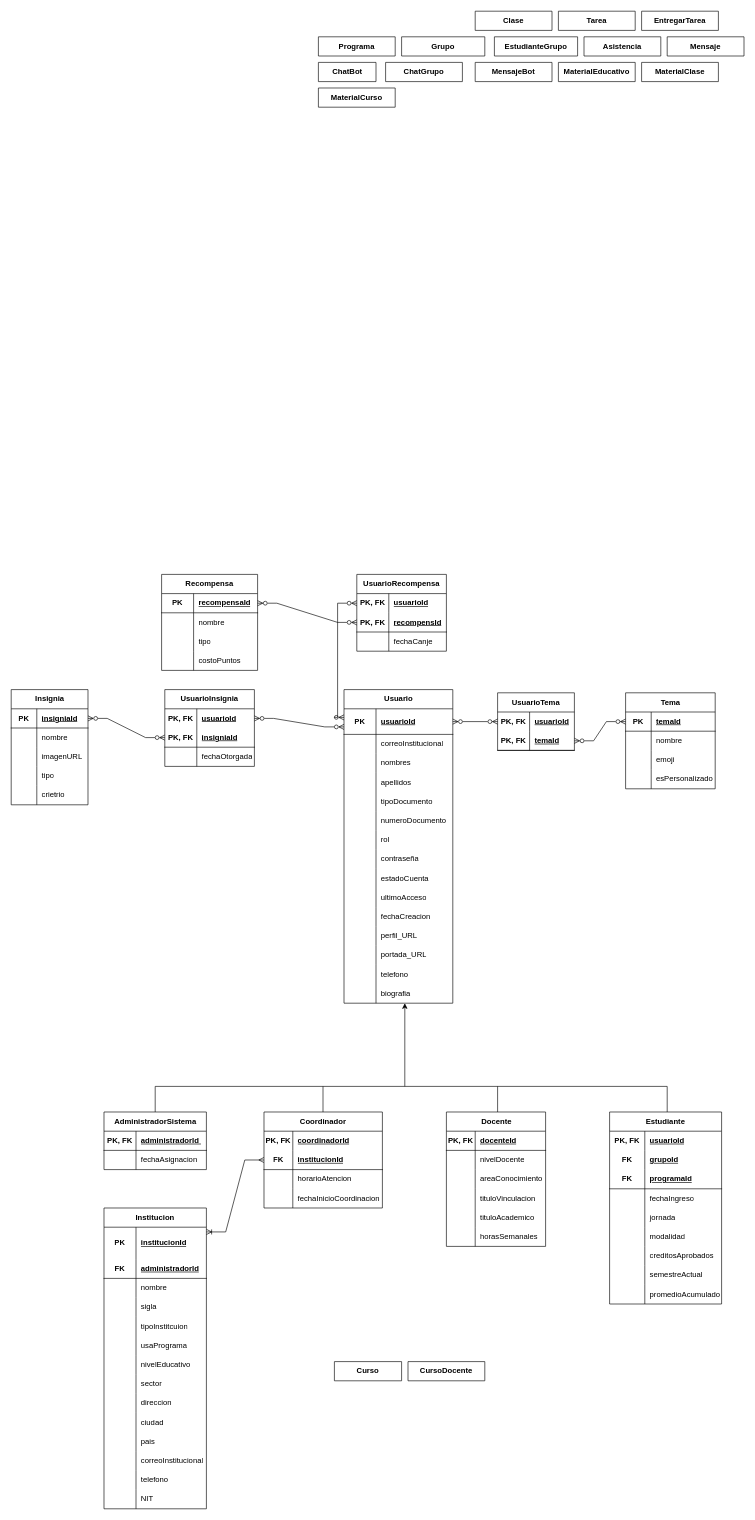
This is DiagramaRelacional.drawio from HarrisonGuerrero18/diagramas_Acadify, a draw.io file, before an edit. Source tidied: cells renumbered, new cells numbered last; positions are measured from the earlier drawing's top-left corner, leaving out a move shared by most shapes. Both pictures are drawn from the tidied source at 64%, with x=0, y=0 at pixel (11, 11).
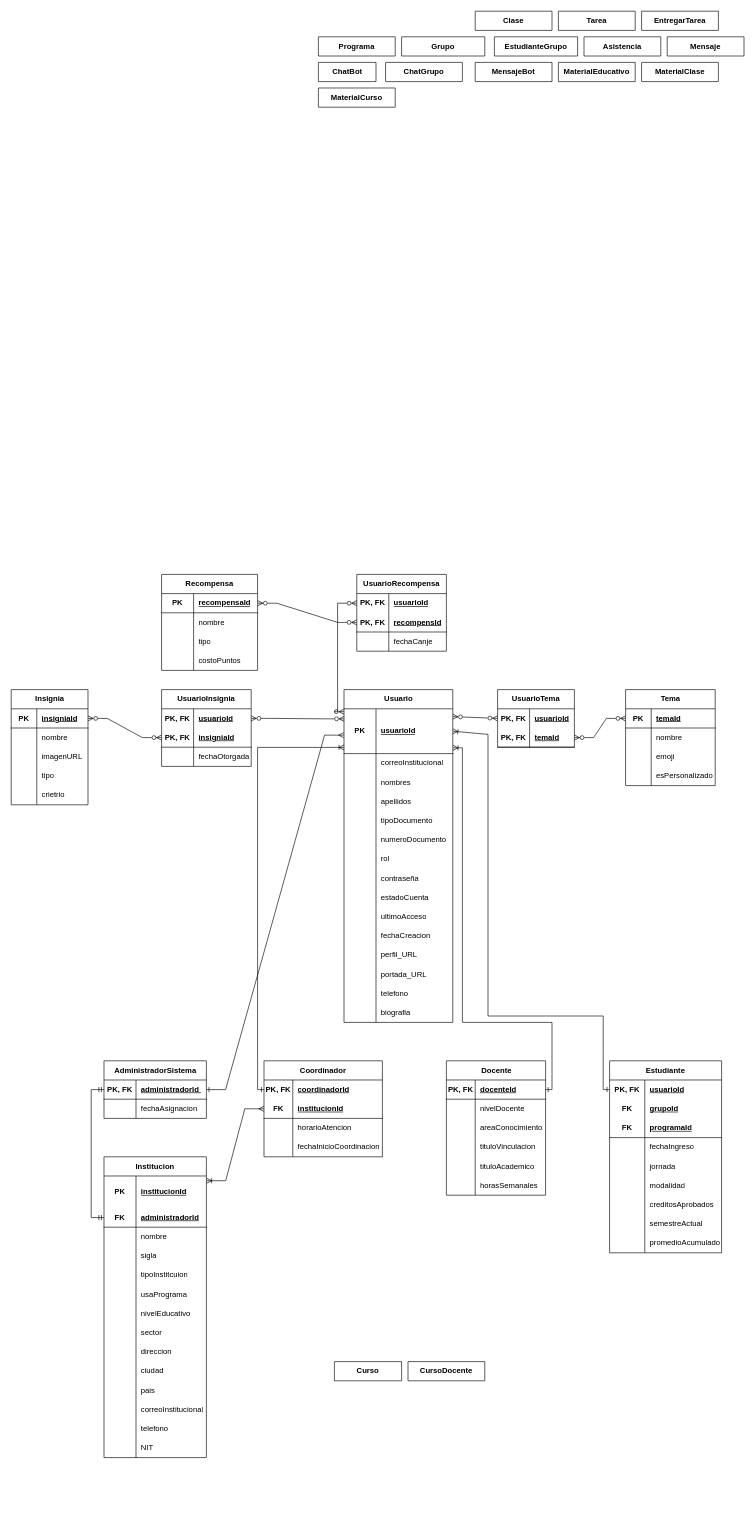
Above is the later version.

The change refers to these unchanged cells:
```xml
<mxCell id="49" style="shape=tableRow;horizontal=0;startSize=0;swimlaneHead=0;swimlaneBody=0;fillColor=none;points=[[0,0.5],[1,0.5]];portConstraint=eastwest;top=0;left=0;right=0;bottom=1;" parent="48" vertex="1">
  <mxGeometry y="30" width="155" height="30" as="geometry" />
</mxCell>
<mxCell id="68" style="shape=tableRow;horizontal=0;startSize=0;swimlaneHead=0;swimlaneBody=0;fillColor=none;points=[[0,0.5],[1,0.5]];portConstraint=eastwest;top=0;left=0;right=0;bottom=1;" parent="67" vertex="1">
  <mxGeometry y="30" width="160" height="30" as="geometry" />
</mxCell>
<mxCell id="75" style="shape=tableRow;horizontal=0;startSize=0;swimlaneHead=0;swimlaneBody=0;fillColor=none;points=[[0,0.5],[1,0.5]];portConstraint=eastwest;top=0;left=0;right=0;bottom=0;html=1;" parent="74" vertex="1">
  <mxGeometry y="30" width="185" height="30" as="geometry" />
</mxCell>
<mxCell id="88" style="shape=tableRow;horizontal=0;startSize=0;swimlaneHead=0;swimlaneBody=0;fillColor=none;points=[[0,0.5],[1,0.5]];portConstraint=eastwest;top=0;left=0;right=0;bottom=0;html=1;" parent="87" vertex="1">
  <mxGeometry y="30" width="175" height="30" as="geometry" />
</mxCell>
<mxCell id="119" style="shape=tableRow;horizontal=0;startSize=0;swimlaneHead=0;swimlaneBody=0;fillColor=none;points=[[0,0.5],[1,0.5]];portConstraint=eastwest;top=0;left=0;right=0;bottom=1;html=1;" parent="115" vertex="1">
  <mxGeometry y="80" width="160" height="30" as="geometry" />
</mxCell>
<mxCell id="159" style="shape=tableRow;horizontal=0;startSize=0;swimlaneHead=0;swimlaneBody=0;fillColor=none;points=[[0,0.5],[1,0.5]];portConstraint=eastwest;top=0;left=0;right=0;bottom=0;html=1;" parent="158" vertex="1">
  <mxGeometry y="30" width="140" height="30" as="geometry" />
</mxCell>
<mxCell id="218" style="shape=tableRow;horizontal=0;startSize=0;swimlaneHead=0;swimlaneBody=0;fillColor=none;points=[[0,0.5],[1,0.5]];portConstraint=eastwest;top=0;left=0;right=0;bottom=0;html=1;" parent="217" vertex="1">
  <mxGeometry y="30" width="140" height="30" as="geometry" />
</mxCell>
```

What changed in the source:
```diff
@@
     <mxCell id="2" value="Usuario" style="shape=table;startSize=30;childLayout=tableLayout;rowLines=0;fontStyle=1;align=center;html=1;" parent="1" vertex="1">
-      <mxGeometry x="520" y="1060" width="170" height="490" as="geometry" />
+      <mxGeometry x="520" y="1060" width="170" height="520" as="geometry" />
     </mxCell>
     <mxCell id="3" style="shape=tableRow;horizontal=0;startSize=0;swimlaneHead=0;swimlaneBody=0;fillColor=none;points=[[0,0.5],[1,0.5]];portConstraint=eastwest;top=0;left=0;right=0;bottom=1;" parent="2" vertex="1">
-      <mxGeometry y="30" width="170" height="40" as="geometry" />
+      <mxGeometry y="30" width="170" height="70" as="geometry" />
     </mxCell>
     <mxCell id="4" value="PK" style="shape=partialRectangle;fillColor=none;top=0;left=0;bottom=0;right=0;fontStyle=1;overflow=hidden;whiteSpace=wrap;html=1;" parent="3" vertex="1">
-      <mxGeometry width="50" height="40" as="geometry" />
+      <mxGeometry width="50" height="70" as="geometry" />
     </mxCell>
     <mxCell id="5" value="usuarioId" style="shape=partialRectangle;fillColor=none;top=0;left=0;bottom=0;right=0;align=left;spacingLeft=6;fontStyle=5;overflow=hidden;whiteSpace=wrap;html=1;" parent="3" vertex="1">
-      <mxGeometry x="50" width="120" height="40" as="geometry" />
+      <mxGeometry x="50" width="120" height="70" as="geometry" />
     </mxCell>
     <mxCell id="6" style="shape=tableRow;horizontal=0;startSize=0;swimlaneHead=0;swimlaneBody=0;fillColor=none;top=0;left=0;right=0;bottom=0;" parent="2" vertex="1">
-      <mxGeometry y="70" width="170" height="30" as="geometry" />
+      <mxGeometry y="100" width="170" height="30" as="geometry" />
     </mxCell>
@@
     <mxCell id="9" style="shape=tableRow;horizontal=0;startSize=0;swimlaneHead=0;swimlaneBody=0;fillColor=none;top=0;left=0;right=0;bottom=0;" parent="2" vertex="1">
-      <mxGeometry y="100" width="170" height="30" as="geometry" />
+      <mxGeometry y="130" width="170" height="30" as="geometry" />
     </mxCell>
@@
     <mxCell id="12" style="shape=tableRow;horizontal=0;startSize=0;swimlaneHead=0;swimlaneBody=0;fillColor=none;top=0;left=0;right=0;bottom=0;" parent="2" vertex="1">
-      <mxGeometry y="130" width="170" height="30" as="geometry" />
+      <mxGeometry y="160" width="170" height="30" as="geometry" />
     </mxCell>
@@
     <mxCell id="15" style="shape=tableRow;horizontal=0;startSize=0;swimlaneHead=0;swimlaneBody=0;fillColor=none;top=0;left=0;right=0;bottom=0;" parent="2" vertex="1">
-      <mxGeometry y="160" width="170" height="30" as="geometry" />
+      <mxGeometry y="190" width="170" height="30" as="geometry" />
     </mxCell>
@@
     <mxCell id="18" style="shape=tableRow;horizontal=0;startSize=0;swimlaneHead=0;swimlaneBody=0;fillColor=none;top=0;left=0;right=0;bottom=0;" parent="2" vertex="1">
-      <mxGeometry y="190" width="170" height="30" as="geometry" />
+      <mxGeometry y="220" width="170" height="30" as="geometry" />
     </mxCell>
@@
     <mxCell id="21" style="shape=tableRow;horizontal=0;startSize=0;swimlaneHead=0;swimlaneBody=0;fillColor=none;top=0;left=0;right=0;bottom=0;" parent="2" vertex="1">
-      <mxGeometry y="220" width="170" height="30" as="geometry" />
+      <mxGeometry y="250" width="170" height="30" as="geometry" />
     </mxCell>
@@
     <mxCell id="24" style="shape=tableRow;horizontal=0;startSize=0;swimlaneHead=0;swimlaneBody=0;fillColor=none;top=0;left=0;right=0;bottom=0;" parent="2" vertex="1">
-      <mxGeometry y="250" width="170" height="30" as="geometry" />
+      <mxGeometry y="280" width="170" height="30" as="geometry" />
     </mxCell>
@@
     <mxCell id="27" style="shape=tableRow;horizontal=0;startSize=0;swimlaneHead=0;swimlaneBody=0;fillColor=none;top=0;left=0;right=0;bottom=0;" parent="2" vertex="1">
-      <mxGeometry y="280" width="170" height="30" as="geometry" />
+      <mxGeometry y="310" width="170" height="30" as="geometry" />
     </mxCell>
@@
     <mxCell id="30" style="shape=tableRow;horizontal=0;startSize=0;swimlaneHead=0;swimlaneBody=0;fillColor=none;top=0;left=0;right=0;bottom=0;" parent="2" vertex="1">
-      <mxGeometry y="310" width="170" height="30" as="geometry" />
+      <mxGeometry y="340" width="170" height="30" as="geometry" />
     </mxCell>
@@
     <mxCell id="33" style="shape=tableRow;horizontal=0;startSize=0;swimlaneHead=0;swimlaneBody=0;fillColor=none;top=0;left=0;right=0;bottom=0;" parent="2" vertex="1">
-      <mxGeometry y="340" width="170" height="30" as="geometry" />
+      <mxGeometry y="370" width="170" height="30" as="geometry" />
     </mxCell>
@@
     <mxCell id="36" style="shape=tableRow;horizontal=0;startSize=0;swimlaneHead=0;swimlaneBody=0;fillColor=none;top=0;left=0;right=0;bottom=0;" parent="2" vertex="1">
-      <mxGeometry y="370" width="170" height="30" as="geometry" />
+      <mxGeometry y="400" width="170" height="30" as="geometry" />
     </mxCell>
@@
     <mxCell id="39" style="shape=tableRow;horizontal=0;startSize=0;swimlaneHead=0;swimlaneBody=0;fillColor=none;top=0;left=0;right=0;bottom=0;" parent="2" vertex="1">
-      <mxGeometry y="400" width="170" height="30" as="geometry" />
+      <mxGeometry y="430" width="170" height="30" as="geometry" />
     </mxCell>
@@
     <mxCell id="42" style="shape=tableRow;horizontal=0;startSize=0;swimlaneHead=0;swimlaneBody=0;fillColor=none;top=0;left=0;right=0;bottom=0;" parent="2" vertex="1">
-      <mxGeometry y="430" width="170" height="30" as="geometry" />
+      <mxGeometry y="460" width="170" height="30" as="geometry" />
     </mxCell>
@@
     <mxCell id="45" style="shape=tableRow;horizontal=0;startSize=0;swimlaneHead=0;swimlaneBody=0;fillColor=none;points=[[0,0.5],[1,0.5]];portConstraint=eastwest;top=0;left=0;right=0;bottom=0;" parent="2" vertex="1">
-      <mxGeometry y="460" width="170" height="30" as="geometry" />
+      <mxGeometry y="490" width="170" height="30" as="geometry" />
     </mxCell>
@@
     <mxCell id="48" value="Docente" style="shape=table;startSize=30;childLayout=tableLayout;rowLines=0;fontStyle=1;align=center;html=1;" parent="1" vertex="1">
-      <mxGeometry x="680" y="1720" width="155" height="210" as="geometry" />
+      <mxGeometry x="680" y="1640" width="155" height="210" as="geometry" />
     </mxCell>
@@
     <mxCell id="67" value="AdministradorSistema" style="shape=table;startSize=30;childLayout=tableLayout;rowLines=0;fontStyle=1;align=center;html=1;" parent="1" vertex="1">
-      <mxGeometry x="145" y="1720" width="160" height="90" as="geometry" />
+      <mxGeometry x="145" y="1640" width="160" height="90" as="geometry" />
     </mxCell>
@@
     <mxCell id="74" value="Coordinador" style="shape=table;startSize=30;childLayout=tableLayout;rowLines=0;fontStyle=1;align=center;html=1;whiteSpace=wrap;" parent="1" vertex="1">
-      <mxGeometry x="395" y="1720" width="185" height="150" as="geometry" />
+      <mxGeometry x="395" y="1640" width="185" height="150" as="geometry" />
     </mxCell>
@@
     <mxCell id="87" value="Estudiante" style="shape=table;startSize=30;childLayout=tableLayout;rowLines=0;fontStyle=1;align=center;html=1;whiteSpace=wrap;" parent="1" vertex="1">
-      <mxGeometry x="935" y="1720" width="175" height="300" as="geometry" />
+      <mxGeometry x="935" y="1640" width="175" height="300" as="geometry" />
     </mxCell>
@@
     <mxCell id="115" value="Institucion" style="shape=table;startSize=30;childLayout=tableLayout;rowLines=0;fontStyle=1;align=center;html=1;whiteSpace=wrap;" parent="1" vertex="1">
-      <mxGeometry x="145" y="1870" width="160" height="470" as="geometry" />
+      <mxGeometry x="145" y="1790" width="160" height="470" as="geometry" />
     </mxCell>
@@
     <mxCell id="158" value="UsuarioInsignia" style="shape=table;startSize=30;childLayout=tableLayout;rowLines=0;fontStyle=1;align=center;html=1;whiteSpace=wrap;" parent="1" vertex="1">
-      <mxGeometry x="240" y="1060" width="140" height="120" as="geometry" />
+      <mxGeometry x="235" y="1060" width="140" height="120" as="geometry" />
     </mxCell>
@@
     <mxCell id="197" value="UsuarioTema" style="shape=table;startSize=30;childLayout=tableLayout;rowLines=0;fontStyle=1;align=center;html=1;whiteSpace=wrap;" parent="1" vertex="1">
-      <mxGeometry x="760" y="1065" width="120" height="90" as="geometry" />
+      <mxGeometry x="760" y="1060" width="120" height="90" as="geometry" />
     </mxCell>
@@
     <mxCell id="204" value="&lt;span style=&quot;text-wrap-mode: wrap;&quot;&gt;Tema&lt;/span&gt;" style="shape=table;startSize=30;childLayout=tableLayout;rowLines=0;fontStyle=1;align=center;html=1;" parent="1" vertex="1">
-      <mxGeometry x="960" y="1065" width="140" height="150" as="geometry" />
+      <mxGeometry x="960" y="1060" width="140" height="150" as="geometry" />
     </mxCell>
@@
-    <mxCell id="243" style="fontSize=12;html=1;endArrow=ERzeroToMany;startArrow=ERzeroToMany;rounded=0;exitX=1;exitY=0.5;exitDx=0;exitDy=0;entryX=0;entryY=0.5;entryDx=0;entryDy=0;endFill=0;startFill=0;" parent="1" edge="1" source="3" target="197">
+    <mxCell id="243" style="fontSize=12;html=1;endArrow=ERzeroToMany;startArrow=ERzeroToMany;rounded=0;exitX=1;exitY=0.174;exitDx=0;exitDy=0;entryX=0;entryY=0.5;entryDx=0;entryDy=0;endFill=0;startFill=0;exitPerimeter=0;" parent="1" edge="1" source="3" target="197">
       <mxGeometry relative="1" as="geometry" />
     </mxCell>
@@
-    <mxCell id="245" style="edgeStyle=entityRelationEdgeStyle;fontSize=12;html=1;endArrow=ERzeroToMany;startArrow=ERzeroToMany;rounded=0;entryX=0;entryY=0.707;entryDx=0;entryDy=0;exitX=1;exitY=0.5;exitDx=0;exitDy=0;startFill=0;entryPerimeter=0;endFill=0;" parent="1" edge="1" source="159" target="3">
+    <mxCell id="245" style="edgeStyle=entityRelationEdgeStyle;fontSize=12;html=1;endArrow=ERzeroToMany;startArrow=ERzeroToMany;rounded=0;entryX=0.002;entryY=0.224;entryDx=0;entryDy=0;exitX=1;exitY=0.5;exitDx=0;exitDy=0;startFill=0;entryPerimeter=0;endFill=0;" parent="1" edge="1" source="159" target="3">
       <mxGeometry relative="1" as="geometry" />
     </mxCell>
@@
-    <mxCell id="248" style="edgeStyle=orthogonalEdgeStyle;fontSize=12;html=1;endArrow=ERzeroToMany;rounded=0;startArrow=ERzeroToMany;startFill=0;endFill=0;entryX=0;entryY=0.5;entryDx=0;entryDy=0;exitX=0;exitY=0.336;exitDx=0;exitDy=0;exitPerimeter=0;" parent="1" edge="1" source="3" target="218">
+    <mxCell id="248" style="edgeStyle=orthogonalEdgeStyle;fontSize=12;html=1;endArrow=ERzeroToMany;rounded=0;startArrow=ERzeroToMany;startFill=0;endFill=0;entryX=0;entryY=0.5;entryDx=0;entryDy=0;exitX=0;exitY=0.064;exitDx=0;exitDy=0;exitPerimeter=0;" parent="1" edge="1" source="3" target="218">
       <mxGeometry relative="1" as="geometry" />
     </mxCell>
+    <mxCell id="256" style="edgeStyle=entityRelationEdgeStyle;fontSize=12;html=1;endArrow=ERmany;startArrow=ERone;rounded=0;exitX=1;exitY=0.5;exitDx=0;exitDy=0;entryX=-0.002;entryY=0.588;entryDx=0;entryDy=0;entryPerimeter=0;startFill=0;endFill=0;" parent="1" edge="1" source="68" target="3">
+      <mxGeometry relative="1" as="geometry" />
+    </mxCell>
+    <mxCell id="257" style="edgeStyle=orthogonalEdgeStyle;fontSize=12;html=1;endArrow=ERoneToMany;rounded=0;entryX=0.001;entryY=0.862;entryDx=0;entryDy=0;entryPerimeter=0;elbow=vertical;startArrow=ERone;startFill=0;exitX=0;exitY=0.5;exitDx=0;exitDy=0;" parent="1" edge="1" source="75" target="3">
+      <mxGeometry relative="1" as="geometry" />
+    </mxCell>
+    <mxCell id="258" style="fontSize=12;html=1;endArrow=ERoneToMany;rounded=0;exitX=1;exitY=0.5;exitDx=0;exitDy=0;entryX=1.001;entryY=0.871;entryDx=0;entryDy=0;entryPerimeter=0;startArrow=ERone;startFill=0;" parent="1" edge="1" source="49" target="3">
+      <mxGeometry relative="1" as="geometry">
+        <Array as="points">
+          <mxPoint x="845" y="1685" />
+          <mxPoint x="845" y="1580" />
+          <mxPoint x="705" y="1580" />
+          <mxPoint x="705" y="1151" />
+        </Array>
+      </mxGeometry>
+    </mxCell>
+    <mxCell id="259" style="fontSize=12;html=1;endArrow=ERoneToMany;rounded=0;exitX=0;exitY=0.5;exitDx=0;exitDy=0;entryX=1;entryY=0.5;entryDx=0;entryDy=0;startArrow=ERone;startFill=0;" parent="1" edge="1" source="88" target="3">
+      <mxGeometry relative="1" as="geometry">
+        <Array as="points">
+          <mxPoint x="925" y="1685" />
+          <mxPoint x="925" y="1680" />
+          <mxPoint x="925" y="1630" />
+          <mxPoint x="925" y="1570" />
+          <mxPoint x="745" y="1570" />
+          <mxPoint x="745" y="1130" />
+        </Array>
+      </mxGeometry>
+    </mxCell>
@@
-    <mxCell id="250" style="endArrow=classic;html=1;rounded=0;entryX=0.559;entryY=1.004;entryDx=0;entryDy=0;entryPerimeter=0;endFill=1;strokeWidth=1;" parent="1" edge="1" target="45">
-      <mxGeometry relative="1" as="geometry">
-        <mxPoint x="615" y="1680" as="sourcePoint" />
-      </mxGeometry>
-    </mxCell>
-    <mxCell id="251" style="endArrow=none;html=1;rounded=0;" parent="1" edge="1">
-      <mxGeometry relative="1" as="geometry">
-        <mxPoint x="225" y="1680" as="sourcePoint" />
-        <mxPoint x="1025" y="1680" as="targetPoint" />
-      </mxGeometry>
-    </mxCell>
-    <mxCell id="252" style="endArrow=none;html=1;rounded=0;exitX=0.5;exitY=0;exitDx=0;exitDy=0;" parent="1" edge="1" source="67">
-      <mxGeometry relative="1" as="geometry">
-        <mxPoint x="225" y="1680" as="targetPoint" />
-      </mxGeometry>
-    </mxCell>
-    <mxCell id="253" style="endArrow=none;html=1;rounded=0;exitX=0.5;exitY=0;exitDx=0;exitDy=0;" parent="1" edge="1">
-      <mxGeometry relative="1" as="geometry">
-        <mxPoint x="487.2" y="1720" as="sourcePoint" />
-        <mxPoint x="487.2" y="1680" as="targetPoint" />
-      </mxGeometry>
-    </mxCell>
-    <mxCell id="254" style="endArrow=none;html=1;rounded=0;exitX=0.5;exitY=0;exitDx=0;exitDy=0;" parent="1" edge="1">
-      <mxGeometry relative="1" as="geometry">
-        <mxPoint x="1025" y="1720" as="sourcePoint" />
-        <mxPoint x="1025" y="1680" as="targetPoint" />
-      </mxGeometry>
-    </mxCell>
-    <mxCell id="255" style="endArrow=none;html=1;rounded=0;exitX=0.5;exitY=0;exitDx=0;exitDy=0;" parent="1" edge="1">
-      <mxGeometry relative="1" as="geometry">
-        <mxPoint x="760" y="1720" as="sourcePoint" />
-        <mxPoint x="760" y="1680" as="targetPoint" />
-      </mxGeometry>
-    </mxCell>
+    <mxCell id="260" style="edgeStyle=orthogonalEdgeStyle;fontSize=12;html=1;endArrow=ERmandOne;startArrow=ERmandOne;rounded=0;entryX=0;entryY=0.5;entryDx=0;entryDy=0;exitX=0;exitY=0.5;exitDx=0;exitDy=0;" parent="1" edge="1" source="119" target="68">
+      <mxGeometry relative="1" as="geometry">
+        <Array as="points">
+          <mxPoint x="125" y="1885" />
+          <mxPoint x="125" y="1685" />
+        </Array>
+      </mxGeometry>
+    </mxCell>
```
